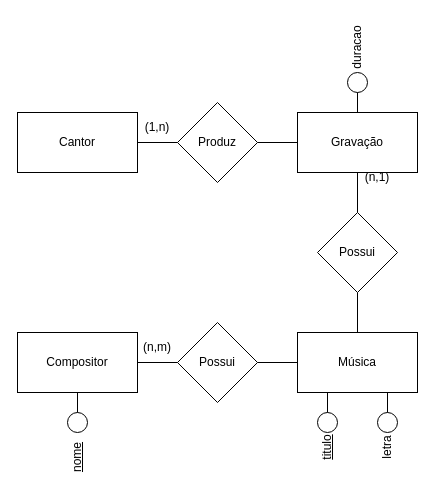
This is Lista3_11-04/Ex1.drawio from andreeeeeeeee/Engenharia_Software, a draw.io file, before an edit. Source tidied: cells renumbered, new cells numbered last; positions are measured from the earlier drawing's top-left corner, leaving out a move shared by most shapes. Both pictures are drawn from the tidied source at 100%, with x=0, y=0 at pixel (17, 32).
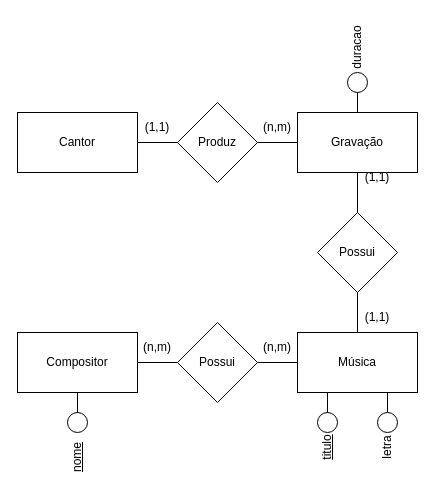
The same diagram, later.

The edit, as a diff of the source:
```diff
@@
-    <mxCell id="16" value="(1,n)" style="text;html=1;strokeColor=none;fillColor=none;align=center;verticalAlign=middle;whiteSpace=wrap;rounded=0;" parent="1" vertex="1">
+    <mxCell id="16" value="(1,1)" style="text;html=1;strokeColor=none;fillColor=none;align=center;verticalAlign=middle;whiteSpace=wrap;rounded=0;" parent="1" vertex="1">
       <mxGeometry x="110" y="80" width="60" height="30" as="geometry" />
     </mxCell>
-    <mxCell id="17" value="(n,1)" style="text;html=1;strokeColor=none;fillColor=none;align=center;verticalAlign=middle;whiteSpace=wrap;rounded=0;" parent="1" vertex="1">
+    <mxCell id="17" value="(1,1)" style="text;html=1;strokeColor=none;fillColor=none;align=center;verticalAlign=middle;whiteSpace=wrap;rounded=0;" parent="1" vertex="1">
       <mxGeometry x="330" y="130" width="60" height="30" as="geometry" />
     </mxCell>
@@
+    <mxCell id="30" value="(n,m)" style="text;html=1;strokeColor=none;fillColor=none;align=center;verticalAlign=middle;whiteSpace=wrap;rounded=0;" parent="1" vertex="1">
+      <mxGeometry x="230" y="80" width="60" height="30" as="geometry" />
+    </mxCell>
+    <mxCell id="31" value="(n,m)" style="text;html=1;strokeColor=none;fillColor=none;align=center;verticalAlign=middle;whiteSpace=wrap;rounded=0;" parent="1" vertex="1">
+      <mxGeometry x="230" y="300" width="60" height="30" as="geometry" />
+    </mxCell>
+    <mxCell id="32" value="(1,1)" style="text;html=1;strokeColor=none;fillColor=none;align=center;verticalAlign=middle;whiteSpace=wrap;rounded=0;" parent="1" vertex="1">
+      <mxGeometry x="330" y="270" width="60" height="30" as="geometry" />
+    </mxCell>
```
